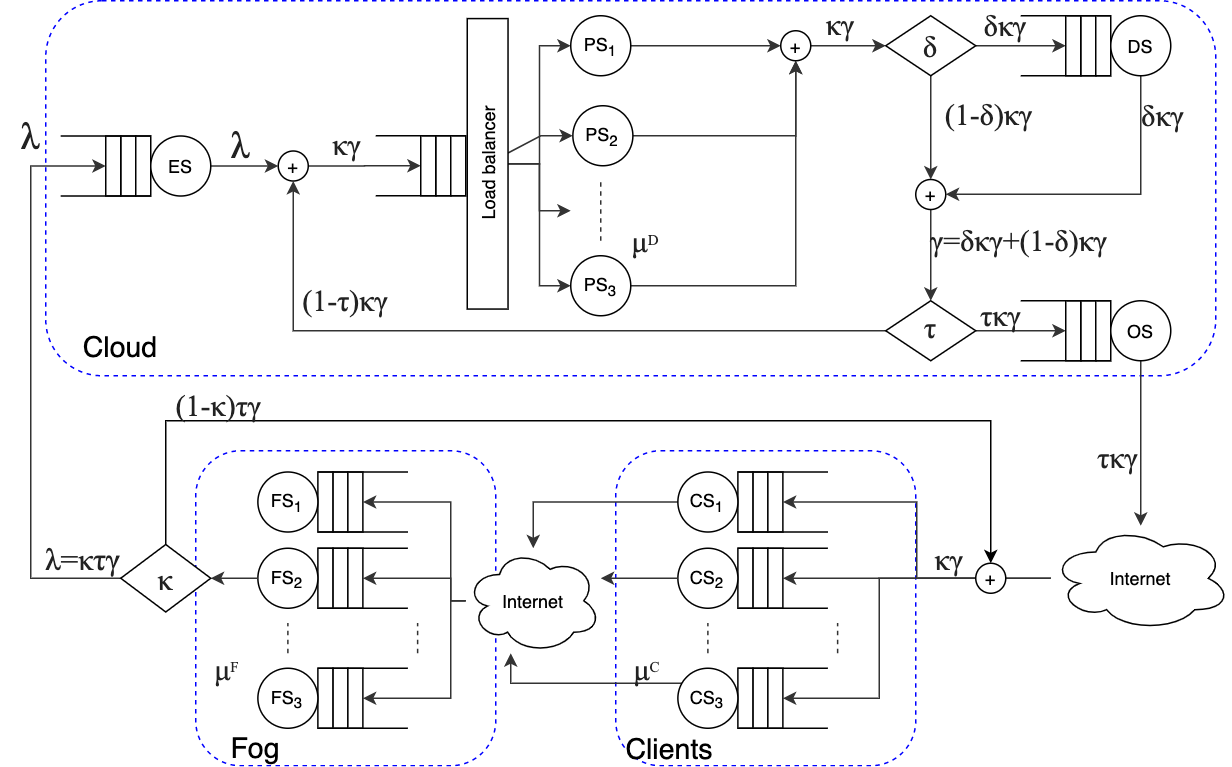
Before: www/fog-model.png, a diagram exported from draw.io (jvilaplana/QTFM). Source tidied: cells renumbered, new cells last; positions are measured from the earlier drawing's top-left corner, leaving out a move shared by most shapes.
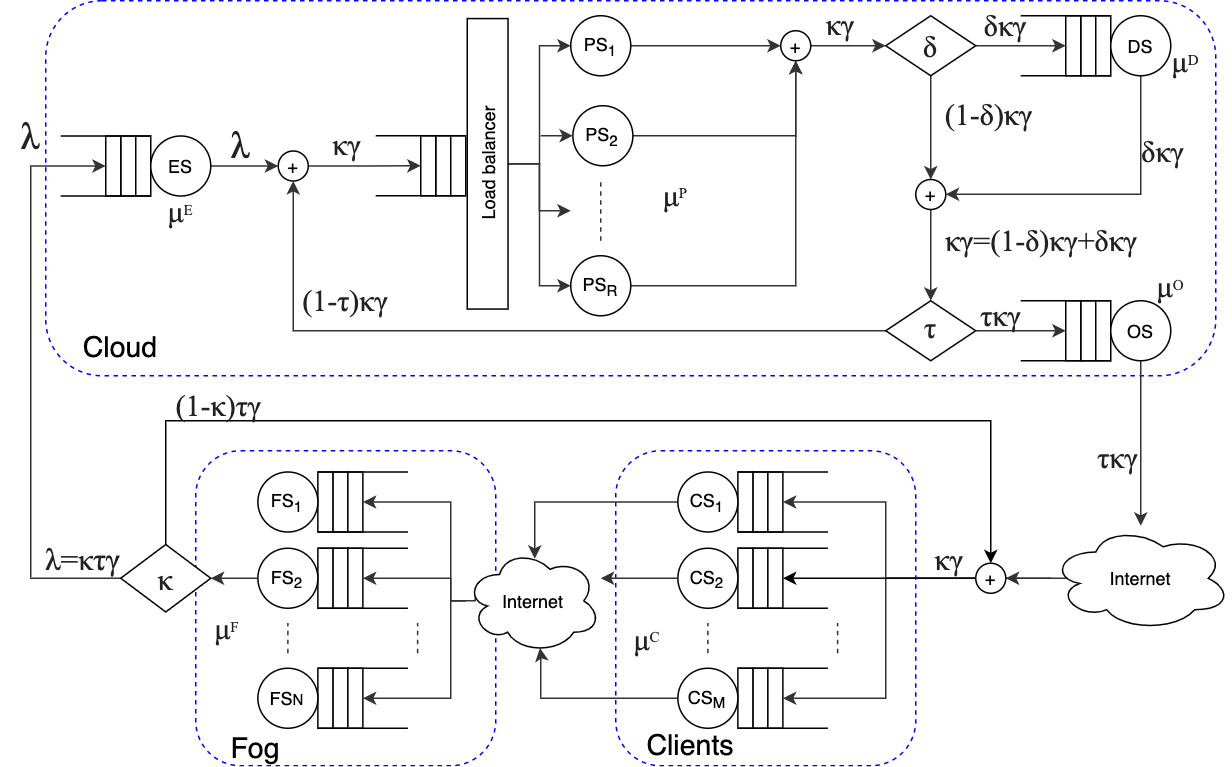
After the commit.

Commit message:
Updated figure and captions.

What changed in the source:
```diff
@@ -80,6 +80,6 @@
     </mxCell>
-    <mxCell id="24" style="edgeStyle=orthogonalEdgeStyle;rounded=0;jettySize=auto;html=1;strokeColor=#333333;" parent="1" edge="1" source="27" target="31">
+    <mxCell id="24" style="edgeStyle=orthogonalEdgeStyle;rounded=0;jettySize=auto;html=1;strokeColor=#333333;" parent="1" edge="1" target="31">
       <mxGeometry relative="1" as="geometry">
+        <mxPoint x="360" y="90" as="sourcePoint" />
         <Array as="points">
-          <mxPoint x="360" y="109" />
           <mxPoint x="360" y="90" />
@@ -118,3 +118,3 @@
     </mxCell>
-    <mxCell id="33" value="PS&lt;sub&gt;3&lt;/sub&gt;" style="ellipse;whiteSpace=wrap;html=1;" parent="1" vertex="1">
+    <mxCell id="33" value="PS&lt;sub&gt;R&lt;/sub&gt;" style="ellipse;whiteSpace=wrap;html=1;" parent="1" vertex="1">
       <mxGeometry x="380" y="170" width="40" height="40" as="geometry" />
@@ -220,9 +220,19 @@
     <mxCell id="61" style="edgeStyle=orthogonalEdgeStyle;jettySize=auto;html=1;entryX=0;entryY=0.5;entryDx=0;entryDy=0;strokeColor=#333333;rounded=0;" parent="1" edge="1" source="64" target="98">
-      <mxGeometry relative="1" as="geometry" />
+      <mxGeometry relative="1" as="geometry">
+        <Array as="points">
+          <mxPoint x="590" y="385" />
+          <mxPoint x="590" y="334" />
+        </Array>
+      </mxGeometry>
     </mxCell>
-    <mxCell id="62" style="edgeStyle=orthogonalEdgeStyle;rounded=0;jettySize=auto;html=1;entryX=0;entryY=0.5;entryDx=0;entryDy=0;strokeColor=#333333;" parent="1" edge="1" source="64" target="69">
+    <mxCell id="62" style="edgeStyle=orthogonalEdgeStyle;rounded=0;jettySize=auto;html=1;entryX=1;entryY=0.5;entryDx=0;entryDy=0;strokeColor=#333333;exitX=0.1;exitY=0.5;exitDx=0;exitDy=0;exitPerimeter=0;" parent="1" edge="1" source="64" target="150">
       <mxGeometry relative="1" as="geometry" />
     </mxCell>
-    <mxCell id="63" style="edgeStyle=orthogonalEdgeStyle;rounded=0;jettySize=auto;html=1;entryX=0;entryY=0.5;entryDx=0;entryDy=0;strokeColor=#333333;" parent="1" edge="1" source="149" target="77">
-      <mxGeometry relative="1" as="geometry" />
+    <mxCell id="63" style="edgeStyle=orthogonalEdgeStyle;rounded=0;jettySize=auto;html=1;entryX=0;entryY=0.5;entryDx=0;entryDy=0;strokeColor=#333333;" parent="1" edge="1" source="150" target="77">
+      <mxGeometry relative="1" as="geometry">
+        <Array as="points">
+          <mxPoint x="590" y="385" />
+          <mxPoint x="590" y="465" />
+        </Array>
+      </mxGeometry>
     </mxCell>
@@ -289,7 +299,7 @@
     </mxCell>
-    <mxCell id="81" style="edgeStyle=orthogonalEdgeStyle;rounded=0;jettySize=auto;html=1;strokeColor=#333333;" parent="1" edge="1" source="82">
+    <mxCell id="81" style="edgeStyle=orthogonalEdgeStyle;rounded=0;jettySize=auto;html=1;strokeColor=#333333;exitX=0;exitY=0.5;exitDx=0;exitDy=0;entryX=0.55;entryY=0.95;entryDx=0;entryDy=0;entryPerimeter=0;" parent="1" edge="1" source="82" target="87">
       <mxGeometry relative="1" as="geometry">
-        <mxPoint x="340" y="435" as="targetPoint" />
         <Array as="points">
-          <mxPoint x="340" y="455" />
+          <mxPoint x="360" y="465" />
+          <mxPoint x="360" y="435" />
         </Array>
@@ -297,6 +307,6 @@
     </mxCell>
-    <mxCell id="82" value="CS&lt;sub&gt;3&lt;/sub&gt;" style="ellipse;whiteSpace=wrap;html=1;" parent="1" vertex="1">
+    <mxCell id="82" value="CS&lt;sub&gt;M&lt;/sub&gt;" style="ellipse;whiteSpace=wrap;html=1;" parent="1" vertex="1">
       <mxGeometry x="451.4" y="445" width="40" height="40" as="geometry" />
     </mxCell>
-    <mxCell id="83" style="edgeStyle=orthogonalEdgeStyle;rounded=0;jettySize=auto;html=1;strokeColor=#333333;entryX=0;entryY=0.5;entryDx=0;entryDy=0;exitX=0;exitY=0.5;exitDx=0;exitDy=0;" parent="1" edge="1" source="151" target="7">
+    <mxCell id="83" style="edgeStyle=orthogonalEdgeStyle;rounded=0;jettySize=auto;html=1;strokeColor=#333333;entryX=0;entryY=0.5;entryDx=0;entryDy=0;exitX=0;exitY=0.5;exitDx=0;exitDy=0;" parent="1" edge="1" source="152" target="7">
       <mxGeometry relative="1" as="geometry">
@@ -325,5 +335,6 @@
     </mxCell>
-    <mxCell id="86" style="edgeStyle=orthogonalEdgeStyle;rounded=0;jettySize=auto;html=1;entryX=0;entryY=0.5;entryDx=0;entryDy=0;strokeColor=#333333;fontSize=19;fontColor=#0000FF;" parent="1" edge="1" source="87" target="131">
+    <mxCell id="86" style="edgeStyle=orthogonalEdgeStyle;rounded=0;jettySize=auto;html=1;entryX=0;entryY=0.5;entryDx=0;entryDy=0;strokeColor=#333333;fontSize=19;fontColor=#0000FF;exitX=0.07;exitY=0.4;exitDx=0;exitDy=0;exitPerimeter=0;" parent="1" edge="1" source="87" target="131">
       <mxGeometry relative="1" as="geometry">
         <Array as="points">
+          <mxPoint x="316" y="400" />
           <mxPoint x="300" y="400" />
@@ -352,3 +363,3 @@
     <mxCell id="93" value="&lt;font&gt;&lt;span style=&quot;color: rgb(34 , 34 , 34) ; font-family: &amp;#34;times new roman&amp;#34;&quot;&gt;&lt;font style=&quot;font-size: 20px&quot;&gt;δ&lt;/font&gt;&lt;/span&gt;&lt;span style=&quot;color: rgb(34 , 34 , 34) ; font-family: &amp;#34;times new roman&amp;#34; ; font-size: 20px&quot;&gt;κ&lt;/span&gt;&lt;font color=&quot;#222222&quot; face=&quot;times new roman&quot; style=&quot;font-size: 20px&quot;&gt;γ&lt;/font&gt;&lt;font color=&quot;#222222&quot; face=&quot;times new roman&quot; style=&quot;font-size: 20px&quot;&gt;&lt;br&gt;&lt;/font&gt;&lt;/font&gt;" style="text;html=1;strokeColor=none;fillColor=none;align=center;verticalAlign=middle;whiteSpace=wrap;rounded=0;" parent="1" vertex="1">
-      <mxGeometry x="760" y="66.2" width="30" height="20" as="geometry" />
+      <mxGeometry x="760" y="90" width="30" height="20" as="geometry" />
     </mxCell>
@@ -383,3 +394,3 @@
     </mxCell>
-    <mxCell id="102" style="edgeStyle=orthogonalEdgeStyle;rounded=0;jettySize=auto;html=1;strokeColor=#333333;" parent="1" edge="1" source="103" target="87">
+    <mxCell id="102" style="edgeStyle=orthogonalEdgeStyle;rounded=0;jettySize=auto;html=1;strokeColor=#333333;entryX=0.511;entryY=0.1;entryDx=0;entryDy=0;entryPerimeter=0;" parent="1" edge="1" source="103" target="87">
       <mxGeometry relative="1" as="geometry" />
@@ -415,4 +426,4 @@
     </mxCell>
-    <mxCell id="110" value="&lt;font style=&quot;font-size: 20px&quot;&gt;&lt;font color=&quot;#222222&quot; face=&quot;times new roman&quot; style=&quot;font-size: 20px&quot;&gt;γ=&lt;/font&gt;&lt;span style=&quot;color: rgb(34 , 34 , 34) ; font-family: &amp;#34;times new roman&amp;#34;&quot;&gt;δ&lt;/span&gt;&lt;span style=&quot;color: rgb(34 , 34 , 34) ; font-family: &amp;#34;times new roman&amp;#34;&quot;&gt;κ&lt;/span&gt;&lt;span style=&quot;color: rgb(34 , 34 , 34) ; font-family: &amp;#34;times new roman&amp;#34;&quot;&gt;γ+(1-&lt;/span&gt;&lt;span style=&quot;color: rgb(34 , 34 , 34) ; font-family: &amp;#34;times new roman&amp;#34;&quot;&gt;δ)&lt;/span&gt;&lt;span style=&quot;color: rgb(34 , 34 , 34) ; font-family: &amp;#34;times new roman&amp;#34;&quot;&gt;κ&lt;/span&gt;&lt;span style=&quot;color: rgb(34 , 34 , 34) ; font-family: &amp;#34;times new roman&amp;#34;&quot;&gt;γ&lt;/span&gt;&lt;font color=&quot;#222222&quot; face=&quot;times new roman&quot; style=&quot;font-size: 20px&quot;&gt;&lt;br&gt;&lt;/font&gt;&lt;/font&gt;" style="text;html=1;strokeColor=none;fillColor=none;align=center;verticalAlign=middle;whiteSpace=wrap;rounded=0;" parent="1" vertex="1">
-      <mxGeometry x="616.5" y="150" width="123.5" height="20" as="geometry" />
+    <mxCell id="110" value="&lt;font style=&quot;font-size: 20px&quot;&gt;&lt;span style=&quot;color: rgb(34 , 34 , 34) ; font-family: &amp;#34;times new roman&amp;#34;&quot;&gt;κ&lt;/span&gt;&lt;font color=&quot;#222222&quot; face=&quot;times new roman&quot; style=&quot;font-size: 20px&quot;&gt;γ=&lt;/font&gt;&lt;span style=&quot;color: rgb(34 , 34 , 34) ; font-family: &amp;#34;times new roman&amp;#34;&quot;&gt;(1-&lt;/span&gt;&lt;span style=&quot;color: rgb(34 , 34 , 34) ; font-family: &amp;#34;times new roman&amp;#34;&quot;&gt;δ)&lt;/span&gt;&lt;span style=&quot;color: rgb(34 , 34 , 34) ; font-family: &amp;#34;times new roman&amp;#34;&quot;&gt;κ&lt;/span&gt;&lt;span style=&quot;color: rgb(34 , 34 , 34) ; font-family: &amp;#34;times new roman&amp;#34;&quot;&gt;γ+&lt;/span&gt;&lt;span style=&quot;color: rgb(34 , 34 , 34) ; font-family: &amp;#34;times new roman&amp;#34;&quot;&gt;δ&lt;/span&gt;&lt;span style=&quot;color: rgb(34 , 34 , 34) ; font-family: &amp;#34;times new roman&amp;#34;&quot;&gt;κ&lt;/span&gt;&lt;span style=&quot;color: rgb(34 , 34 , 34) ; font-family: &amp;#34;times new roman&amp;#34;&quot;&gt;γ&lt;/span&gt;&lt;font color=&quot;#222222&quot; face=&quot;times new roman&quot; style=&quot;font-size: 20px&quot;&gt;&lt;br&gt;&lt;/font&gt;&lt;/font&gt;" style="text;html=1;strokeColor=none;fillColor=none;align=center;verticalAlign=middle;whiteSpace=wrap;rounded=0;" parent="1" vertex="1">
+      <mxGeometry x="616.5" y="150" width="153.5" height="20" as="geometry" />
     </mxCell>
@@ -424,7 +435,7 @@
     </mxCell>
-    <mxCell id="113" value="&lt;span style=&quot;color: rgb(34 , 34 , 34) ; font-family: &amp;#34;times new roman&amp;#34;&quot;&gt;&lt;font&gt;&lt;font style=&quot;font-size: 20px&quot;&gt;μ&lt;/font&gt;&lt;sup&gt;&lt;font style=&quot;font-size: 10px&quot;&gt;D&lt;/font&gt;&lt;/sup&gt;&lt;/font&gt;&lt;/span&gt;" style="text;html=1;strokeColor=none;fillColor=none;align=center;verticalAlign=middle;whiteSpace=wrap;rounded=0;" parent="1" vertex="1">
-      <mxGeometry x="410" y="150" width="40" height="20" as="geometry" />
+    <mxCell id="113" value="&lt;span style=&quot;color: rgb(34 , 34 , 34) ; font-family: &amp;#34;times new roman&amp;#34;&quot;&gt;&lt;font&gt;&lt;font style=&quot;font-size: 20px&quot;&gt;μ&lt;/font&gt;&lt;sup&gt;&lt;font style=&quot;font-size: 10px&quot;&gt;P&lt;/font&gt;&lt;/sup&gt;&lt;/font&gt;&lt;/span&gt;" style="text;html=1;strokeColor=none;fillColor=none;align=center;verticalAlign=middle;whiteSpace=wrap;rounded=0;" parent="1" vertex="1">
+      <mxGeometry x="430" y="119.2" width="40" height="20" as="geometry" />
     </mxCell>
     <mxCell id="114" value="&lt;span style=&quot;color: rgb(34 , 34 , 34) ; font-family: &amp;#34;times new roman&amp;#34;&quot;&gt;&lt;font&gt;&lt;font style=&quot;font-size: 20px&quot;&gt;μ&lt;/font&gt;&lt;sup&gt;&lt;font style=&quot;font-size: 10px&quot;&gt;C&lt;/font&gt;&lt;/sup&gt;&lt;/font&gt;&lt;/span&gt;" style="text;html=1;strokeColor=none;fillColor=none;align=center;verticalAlign=middle;whiteSpace=wrap;rounded=0;" parent="1" vertex="1">
-      <mxGeometry x="411.4" y="435" width="40" height="20" as="geometry" />
+      <mxGeometry x="411.4" y="415" width="40" height="20" as="geometry" />
     </mxCell>
@@ -433,3 +444,3 @@
     </mxCell>
-    <mxCell id="116" style="edgeStyle=orthogonalEdgeStyle;rounded=0;jettySize=auto;html=1;entryX=0.5;entryY=0;entryDx=0;entryDy=0;exitX=0.5;exitY=0;exitDx=0;exitDy=0;" parent="1" edge="1" source="151" target="149">
+    <mxCell id="116" style="edgeStyle=orthogonalEdgeStyle;rounded=0;jettySize=auto;html=1;entryX=0.5;entryY=0;entryDx=0;entryDy=0;exitX=0.5;exitY=0;exitDx=0;exitDy=0;" parent="1" edge="1" source="152" target="150">
       <mxGeometry relative="1" as="geometry">
@@ -442,3 +453,3 @@
     <mxCell id="117" value="Clients" style="text;html=1;strokeColor=none;fillColor=none;align=center;verticalAlign=middle;whiteSpace=wrap;rounded=0;dashed=1;fontSize=19;" parent="1" vertex="1">
-      <mxGeometry x="426" y="488" width="40" height="20" as="geometry" />
+      <mxGeometry x="440" y="485" width="40" height="20" as="geometry" />
     </mxCell>
@@ -505,3 +516,3 @@
     </mxCell>
-    <mxCell id="135" value="FS&lt;sub&gt;3&lt;/sub&gt;" style="ellipse;whiteSpace=wrap;html=1;" parent="1" vertex="1">
+    <mxCell id="135" value="FS&lt;span style=&quot;font-size: 10px&quot;&gt;N&lt;/span&gt;" style="ellipse;whiteSpace=wrap;html=1;" parent="1" vertex="1">
       <mxGeometry x="171.4" y="445" width="40" height="40" as="geometry" />
@@ -549,3 +560,3 @@
     </mxCell>
-    <mxCell id="146" style="edgeStyle=orthogonalEdgeStyle;rounded=0;jettySize=auto;html=1;strokeColor=#333333;entryX=1;entryY=0.5;entryDx=0;entryDy=0;" parent="1" edge="1" source="127" target="151">
+    <mxCell id="146" style="edgeStyle=orthogonalEdgeStyle;rounded=0;jettySize=auto;html=1;strokeColor=#333333;entryX=1;entryY=0.5;entryDx=0;entryDy=0;" parent="1" edge="1" source="127" target="152">
       <mxGeometry relative="1" as="geometry" />
@@ -553,3 +564,3 @@
     <mxCell id="147" value="&lt;span style=&quot;color: rgb(34 , 34 , 34) ; font-family: &amp;#34;times new roman&amp;#34;&quot;&gt;&lt;font&gt;&lt;font style=&quot;font-size: 20px&quot;&gt;μ&lt;/font&gt;&lt;sup&gt;&lt;font style=&quot;font-size: 10px&quot;&gt;F&lt;/font&gt;&lt;/sup&gt;&lt;/font&gt;&lt;/span&gt;" style="text;html=1;strokeColor=none;fillColor=none;align=center;verticalAlign=middle;whiteSpace=wrap;rounded=0;" parent="1" vertex="1">
-      <mxGeometry x="131.4" y="435" width="40" height="20" as="geometry" />
+      <mxGeometry x="131.4" y="407.5" width="40" height="20" as="geometry" />
     </mxCell>
@@ -558,14 +569,26 @@
     </mxCell>
-    <mxCell id="149" value="+" style="ellipse;whiteSpace=wrap;html=1;spacing=1;" parent="1" vertex="1">
-      <mxGeometry x="650" y="375" width="20" height="20" as="geometry" />
+    <mxCell id="149" style="edgeStyle=orthogonalEdgeStyle;rounded=0;jettySize=auto;html=1;exitX=0;exitY=0.5;exitDx=0;exitDy=0;entryX=0;entryY=0.5;entryDx=0;entryDy=0;" parent="1" edge="1" source="150" target="69">
+      <mxGeometry relative="1" as="geometry" />
     </mxCell>
-    <mxCell id="150" value="&lt;font style=&quot;font-size: 20px&quot;&gt;&lt;span style=&quot;color: rgb(34 , 34 , 34) ; font-family: &amp;#34;times new roman&amp;#34;&quot;&gt;(1-κ)&lt;/span&gt;&lt;span style=&quot;color: rgb(34 , 34 , 34) ; font-family: &amp;#34;times new roman&amp;#34;&quot;&gt;τ&lt;/span&gt;&lt;span style=&quot;color: rgb(34 , 34 , 34) ; font-family: &amp;#34;times new roman&amp;#34;&quot;&gt;γ&lt;/span&gt;&lt;/font&gt;" style="text;html=1;align=center;verticalAlign=middle;points=[];" parent="1" vertex="1">
-      <mxGeometry x="110" y="260" width="70" height="20" as="geometry" />
+    <mxCell id="150" value="+" style="ellipse;whiteSpace=wrap;html=1;spacing=1;" parent="1" vertex="1">
+      <mxGeometry x="650" y="375" width="20" height="20" as="geometry" />
     </mxCell>
-    <mxCell id="151" value="&lt;span style=&quot;color: rgb(34 , 34 , 34) ; font-family: &amp;#34;times new roman&amp;#34;&quot;&gt;&lt;font style=&quot;font-size: 20px&quot;&gt;κ&lt;/font&gt;&lt;/span&gt;" style="rhombus;whiteSpace=wrap;html=1;" parent="1" vertex="1">
-      <mxGeometry x="80" y="362.5" width="60" height="45" as="geometry" />
+    <mxCell id="151" value="&lt;font style=&quot;font-size: 20px&quot;&gt;&lt;span style=&quot;color: rgb(34 , 34 , 34) ; font-family: &amp;#34;times new roman&amp;#34;&quot;&gt;(1-κ)&lt;/span&gt;&lt;span style=&quot;color: rgb(34 , 34 , 34) ; font-family: &amp;#34;times new roman&amp;#34;&quot;&gt;τ&lt;/span&gt;&lt;span style=&quot;color: rgb(34 , 34 , 34) ; font-family: &amp;#34;times new roman&amp;#34;&quot;&gt;γ&lt;/span&gt;&lt;/font&gt;" style="text;html=1;align=center;verticalAlign=middle;points=[];" parent="1" vertex="1">
+      <mxGeometry x="110" y="260" width="70" height="20" as="geometry" />
     </mxCell>
-    <mxCell id="152" value="&lt;font style=&quot;font-size: 20px&quot;&gt;&lt;span style=&quot;color: rgb(34 , 34 , 34) ; font-family: &amp;#34;times new roman&amp;#34;&quot;&gt;κ&lt;/span&gt;&lt;span style=&quot;color: rgb(34 , 34 , 34) ; font-family: &amp;#34;times new roman&amp;#34;&quot;&gt;γ&lt;/span&gt;&lt;/font&gt;" style="text;html=1;align=center;verticalAlign=middle;points=[];" parent="1" vertex="1">
-      <mxGeometry x="616.8" y="363" width="30" height="20" as="geometry" />
+    <mxCell id="152" value="&lt;span style=&quot;color: rgb(34 , 34 , 34) ; font-family: &amp;#34;times new roman&amp;#34;&quot;&gt;&lt;font style=&quot;font-size: 20px&quot;&gt;κ&lt;/font&gt;&lt;/span&gt;" style="rhombus;whiteSpace=wrap;html=1;" parent="1" vertex="1">
+      <mxGeometry x="80" y="362.5" width="60" height="45" as="geometry" />
     </mxCell>
+    <mxCell id="153" value="&lt;font style=&quot;font-size: 20px&quot;&gt;&lt;span style=&quot;color: rgb(34 , 34 , 34) ; font-family: &amp;#34;times new roman&amp;#34;&quot;&gt;κ&lt;/span&gt;&lt;span style=&quot;color: rgb(34 , 34 , 34) ; font-family: &amp;#34;times new roman&amp;#34;&quot;&gt;γ&lt;/span&gt;&lt;/font&gt;" style="text;html=1;align=center;verticalAlign=middle;" parent="1" vertex="1">
+      <mxGeometry x="616.8" y="363" width="30" height="20" as="geometry" />
+    </mxCell>
+    <mxCell id="154" value="&lt;span style=&quot;color: rgb(34 , 34 , 34) ; font-family: &amp;#34;times new roman&amp;#34;&quot;&gt;&lt;font&gt;&lt;font style=&quot;font-size: 20px&quot;&gt;μ&lt;/font&gt;&lt;sup&gt;&lt;font style=&quot;font-size: 10px&quot;&gt;O&lt;/font&gt;&lt;/sup&gt;&lt;/font&gt;&lt;/span&gt;" style="text;html=1;strokeColor=none;fillColor=none;align=center;verticalAlign=middle;whiteSpace=wrap;rounded=0;" parent="1" vertex="1">
+      <mxGeometry x="760" y="180" width="40" height="20" as="geometry" />
+    </mxCell>
+    <mxCell id="155" value="&lt;span style=&quot;color: rgb(34 , 34 , 34) ; font-family: &amp;#34;times new roman&amp;#34;&quot;&gt;&lt;font&gt;&lt;font style=&quot;font-size: 20px&quot;&gt;μ&lt;/font&gt;&lt;sup&gt;&lt;font style=&quot;font-size: 10px&quot;&gt;E&lt;/font&gt;&lt;/sup&gt;&lt;/font&gt;&lt;/span&gt;" style="text;html=1;strokeColor=none;fillColor=none;align=center;verticalAlign=middle;whiteSpace=wrap;rounded=0;" parent="1" vertex="1">
+      <mxGeometry x="100" y="130" width="40" height="20" as="geometry" />
+    </mxCell>
+    <mxCell id="156" value="&lt;span style=&quot;color: rgb(34 , 34 , 34) ; font-family: &amp;#34;times new roman&amp;#34;&quot;&gt;&lt;font&gt;&lt;font style=&quot;font-size: 20px&quot;&gt;μ&lt;/font&gt;&lt;sup&gt;&lt;font style=&quot;font-size: 10px&quot;&gt;D&lt;/font&gt;&lt;/sup&gt;&lt;/font&gt;&lt;/span&gt;" style="text;html=1;strokeColor=none;fillColor=none;align=center;verticalAlign=middle;whiteSpace=wrap;rounded=0;" parent="1" vertex="1">
+      <mxGeometry x="770" y="30" width="40" height="20" as="geometry" />
+    </mxCell>
   </root>
```
